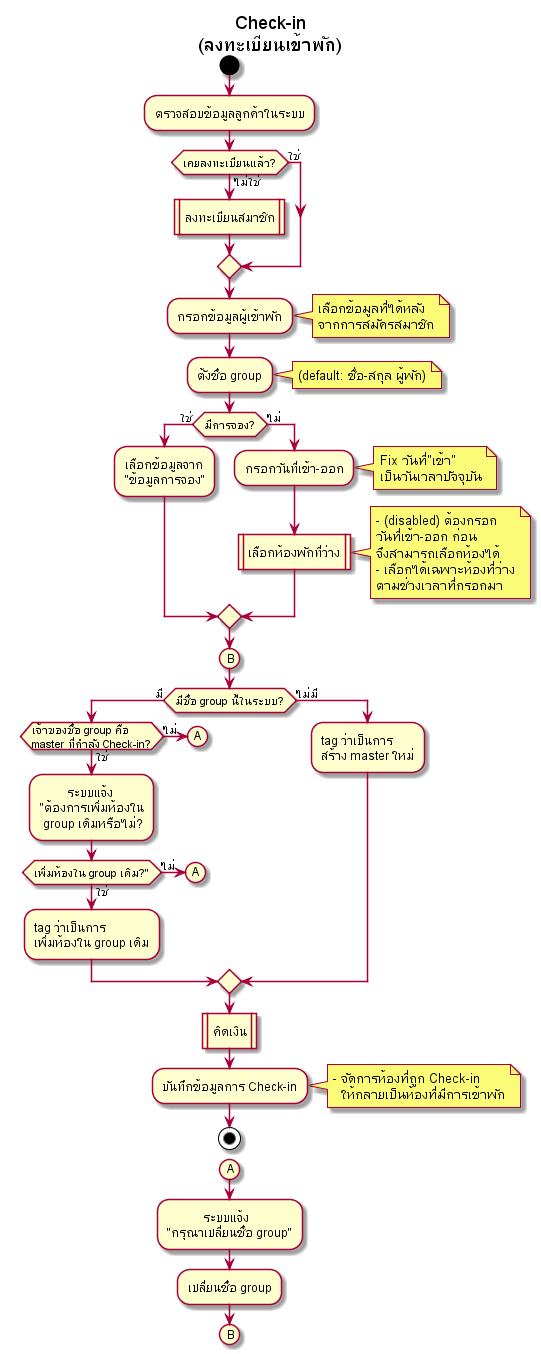
The PlantUML diagram out/activity-diagram/Check-in/Check-in/Check-in(ลงทะเบียนเข้าพัก).png in cheat13/Prompiman_Diagram, before a commit.
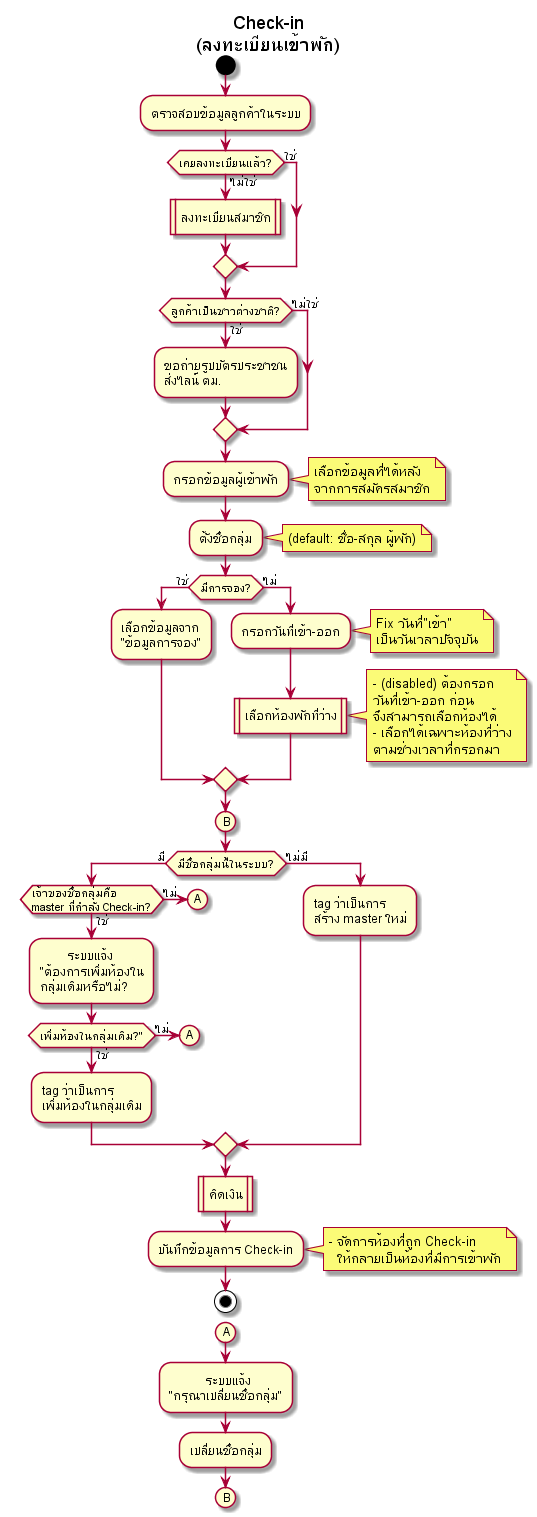
After the change.

Change to the diagram source:
```diff
@@ -9,13 +9,19 @@
 else (ใช่)
 endif
 
+if (ลูกค้าเป็นชาวต่างชาติ?) then (ใช่)
+    :ขอถ่ายรูปบัตรประชาชน
+    ส่งไลน์ ตม.;
+else (ไม่ใช่)
+endif
+
 :กรอกข้อมูลผู้เข้าพัก;
 note right
     เลือกข้อมูลที่ได้หลัง
     จากการสมัครสมาชิก
 endnote
 
-:ตั้งชื่อ group;
+:ตั้งชื่อกลุ่ม;
 note right: (default: ชื่อ-สกุล ผู้พัก)
 
 if (มีการจอง?) then (ใช่)
@@ -39,11 +45,11 @@
 endif
 
 (B)
-if (มีชื่อ group นี้ในระบบ?) then (มี)
-    if (เจ้าของชื่อ group คือ\nmaster ที่กำลัง Check-in?) then (ใช่)
-        :         ระบบแจ้ง\n"ต้องการเพิ่มห้องใน\n group เดิมหรือไม่?;
-        if (เพิ่มห้องใน group เดิม?") then (ใช่)
-        :tag ว่าเป็นการ\nเพิ่มห้องใน group เดิม;
+if (มีชื่อกลุ่มนี้ในระบบ?) then (มี)
+    if (เจ้าของชื่อกลุ่มคือ\nmaster ที่กำลัง Check-in?) then (ใช่)
+        :         ระบบแจ้ง\n"ต้องการเพิ่มห้องใน\nกลุ่มเดิมหรือไม่?;
+        if (เพิ่มห้องในกลุ่มเดิม?") then (ใช่)
+        :tag ว่าเป็นการ\nเพิ่มห้องในกลุ่มเดิม;
         else (ไม่)
             (A)
             detach
@@ -65,8 +71,8 @@
 stop
 
 (A)
-:            ระบบแจ้ง\n"กรุณาเปลี่ยนชื่อ group";
-:เปลี่ยนชื่อ group;
+:            ระบบแจ้ง\n"กรุณาเปลี่ยนชื่อกลุ่ม";
+:เปลี่ยนชื่อกลุ่ม;
 (B)
 
 @enduml
```
